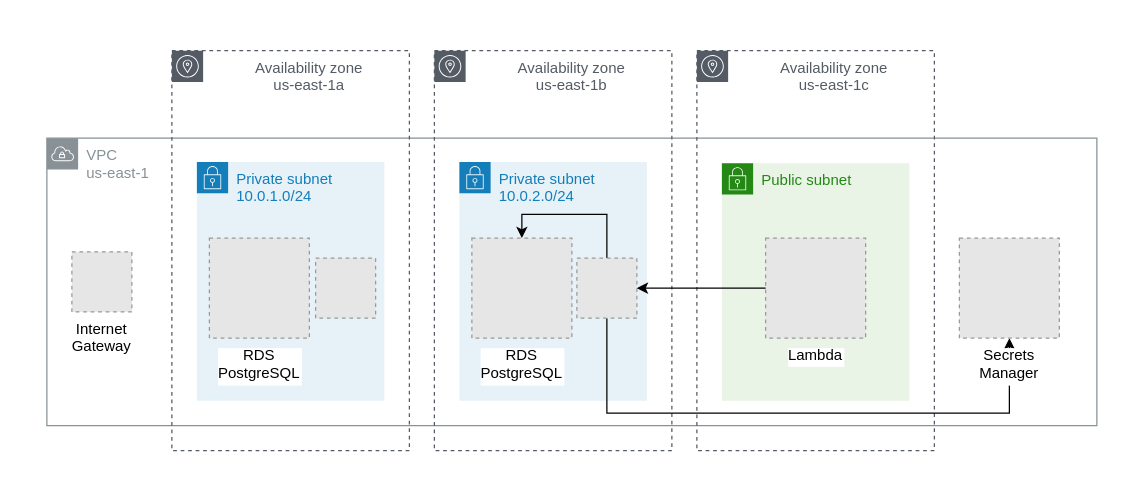
Above: assets/aws-diagram.drawio in meirdev/lambda-rds-proxy (draw.io), before the change. Source tidied: cells renumbered, new cells numbered last; positions are measured from the earlier drawing's top-left corner, leaving out a move shared by most shapes. Both pictures are drawn from the tidied source at 125%, with x=0, y=0 at pixel (46, 50). Pictures stored in the file or linked from it are replaced by grey dashed boxes.
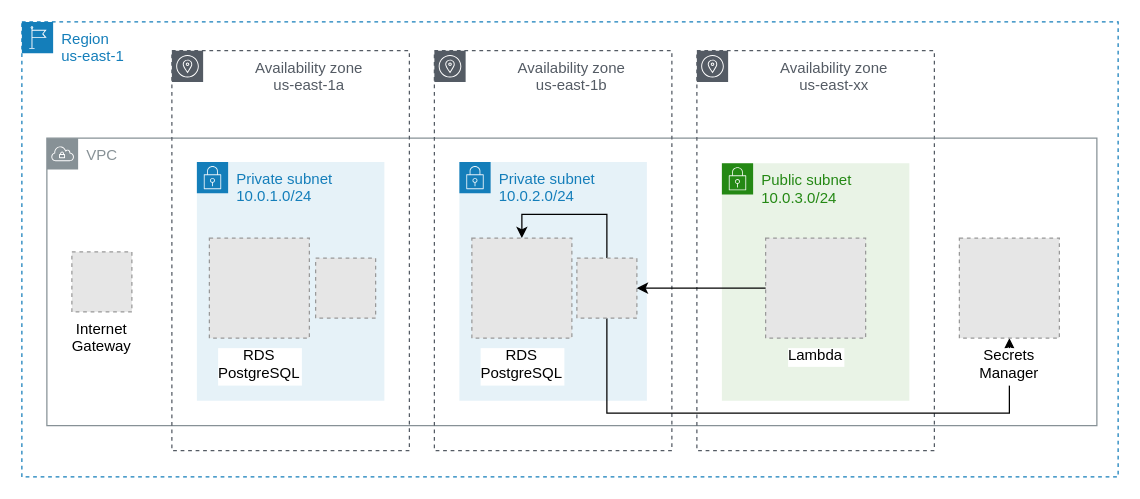
The same page after the edit.

Diff of the diagram source:
```diff
@@
-    <mxCell id="2" value="VPC&lt;br&gt;us-east-1" style="sketch=0;gradientColor=none;html=1;whiteSpace=wrap;fontSize=12;fontStyle=0;shape=mxgraph.aws4.group;grIcon=mxgraph.aws4.group_vpc;strokeColor=#879196;fillColor=none;verticalAlign=top;align=left;spacingLeft=30;fontColor=#879196;dashed=0;" parent="1" vertex="1">
+    <mxCell id="2" value="VPC" style="sketch=0;gradientColor=none;html=1;whiteSpace=wrap;fontSize=12;fontStyle=0;shape=mxgraph.aws4.group;grIcon=mxgraph.aws4.group_vpc;strokeColor=#879196;fillColor=none;verticalAlign=top;align=left;spacingLeft=30;fontColor=#879196;dashed=0;" parent="1" vertex="1">
       <mxGeometry y="70" width="840" height="230" as="geometry" />
     </mxCell>
-    <mxCell id="3" value="Availability zone&lt;br&gt;us-east-1c" style="sketch=0;gradientColor=none;html=1;whiteSpace=wrap;fontSize=12;fontStyle=0;shape=mxgraph.aws4.group;grIcon=mxgraph.aws4.group_availability_zone;strokeColor=#545B64;fillColor=none;verticalAlign=top;align=center;spacingLeft=30;fontColor=#545B64;dashed=1;" parent="1" vertex="1">
+    <mxCell id="3" value="Availability zone&lt;br&gt;us-east-xx" style="sketch=0;gradientColor=none;html=1;whiteSpace=wrap;fontSize=12;fontStyle=0;shape=mxgraph.aws4.group;grIcon=mxgraph.aws4.group_availability_zone;strokeColor=#545B64;fillColor=none;verticalAlign=top;align=center;spacingLeft=30;fontColor=#545B64;dashed=1;" parent="1" vertex="1">
       <mxGeometry x="520" width="190" height="320" as="geometry" />
     </mxCell>
@@
-    <mxCell id="5" value="Public subnet" style="gradientColor=none;html=1;whiteSpace=wrap;fontSize=12;fontStyle=0;shape=mxgraph.aws4.group;grIcon=mxgraph.aws4.group_security_group;grStroke=0;strokeColor=#248814;fillColor=#E9F3E6;verticalAlign=top;align=left;spacingLeft=30;fontColor=#248814;dashed=0;" parent="1" vertex="1">
+    <mxCell id="5" value="Public subnet&lt;br&gt;10.0.3.0/24" style="gradientColor=none;html=1;whiteSpace=wrap;fontSize=12;fontStyle=0;shape=mxgraph.aws4.group;grIcon=mxgraph.aws4.group_security_group;grStroke=0;strokeColor=#248814;fillColor=#E9F3E6;verticalAlign=top;align=left;spacingLeft=30;fontColor=#248814;dashed=0;" parent="1" vertex="1">
       <mxGeometry x="540" y="90" width="150" height="190" as="geometry" />
     </mxCell>
@@
+    <mxCell id="20" value="Region&lt;br&gt;us-east-1" style="gradientColor=none;html=1;whiteSpace=wrap;fontSize=12;fontStyle=0;shape=mxgraph.aws4.group;grIcon=mxgraph.aws4.group_region;strokeColor=#147EBA;fillColor=none;verticalAlign=top;align=left;spacingLeft=30;fontColor=#147EBA;dashed=1;" parent="1" vertex="1">
+      <mxGeometry x="-20" y="-23" width="877" height="364" as="geometry" />
+    </mxCell>
```
